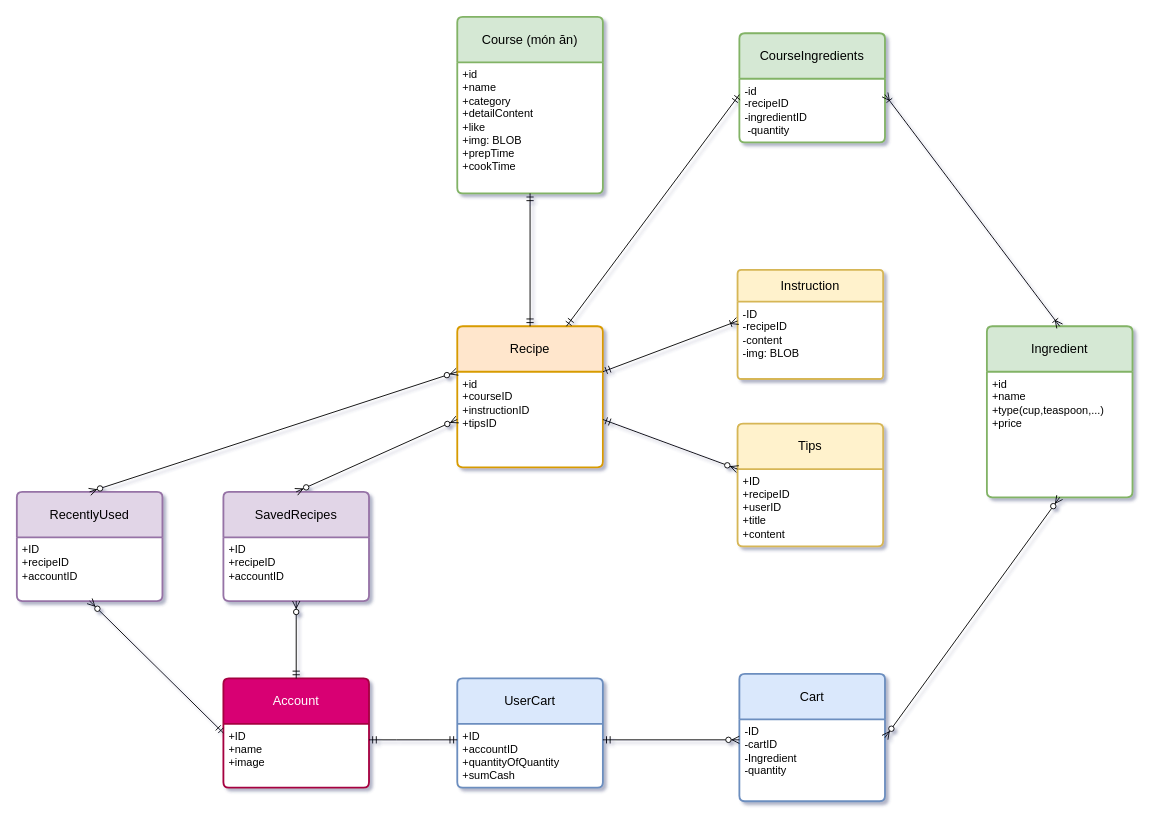
This is Untitled Diagram.drawio from HoKhanhDang/CookingApp, a draw.io file, before an edit. Source tidied: cells renumbered, new cells numbered last; positions are measured from the earlier drawing's top-left corner, leaving out a move shared by most shapes. Both pictures are drawn from the tidied source at 91%, with x=0, y=0 at pixel (16, 16).
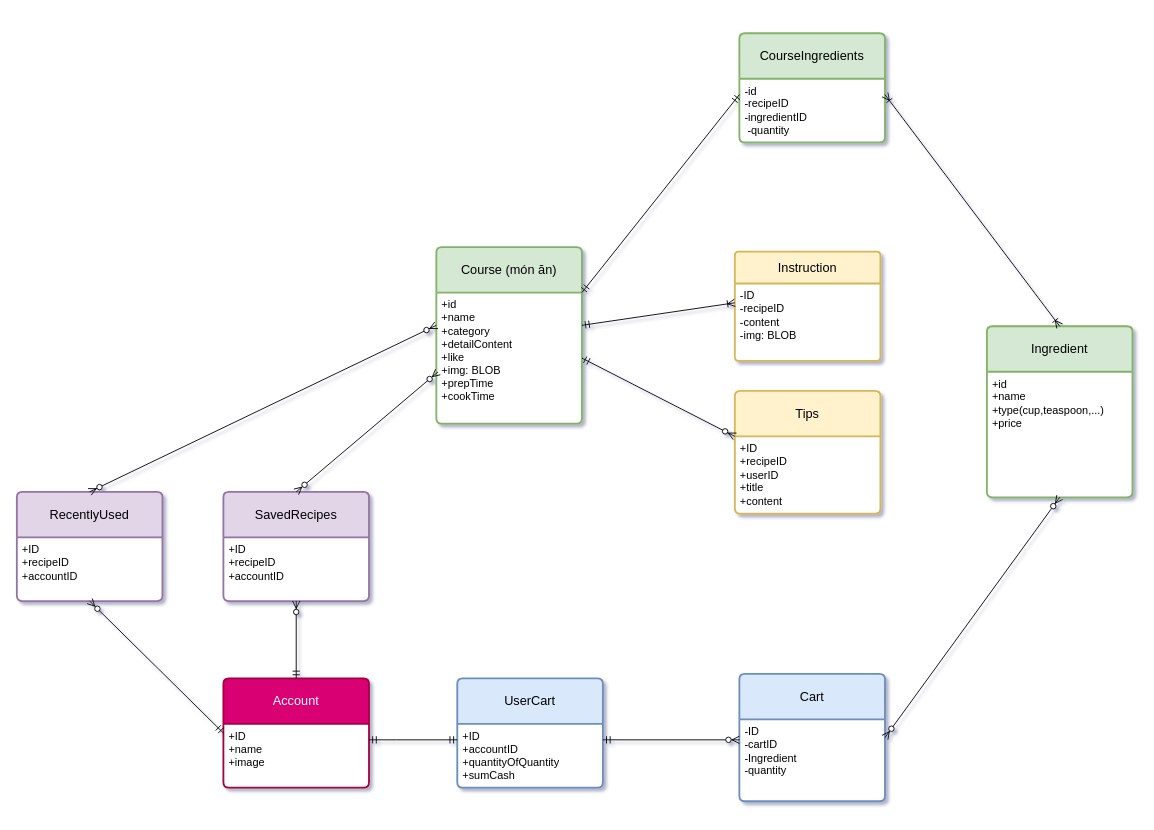
Above is the later version.

Unchanged cells that the change refers to:
```xml
<mxCell id="7" value="+id&lt;div&gt;+name&lt;br&gt;&lt;div&gt;+category&lt;/div&gt;&lt;div&gt;&lt;div&gt;+detailContent&lt;/div&gt;&lt;div&gt;+like&lt;/div&gt;&lt;div&gt;+img: BLOB&lt;/div&gt;&lt;/div&gt;&lt;/div&gt;&lt;div&gt;&lt;div&gt;+prepTime&lt;/div&gt;&lt;div&gt;+cookTime&lt;/div&gt;&lt;/div&gt;" style="align=left;strokeColor=none;fillColor=none;spacingLeft=4;fontSize=12;verticalAlign=top;html=1;" parent="6" vertex="1">
  <mxGeometry y="50" width="160" height="144" as="geometry" />
</mxCell>
<mxCell id="9" value="-ID&amp;nbsp;&amp;nbsp;&lt;div&gt;-recipeID&lt;/div&gt;&lt;div&gt;-content&lt;/div&gt;&lt;div&gt;-img: BLOB&lt;/div&gt;&lt;div&gt;&lt;br&gt;&lt;/div&gt;" style="align=left;strokeColor=none;fillColor=none;spacingLeft=4;fontSize=12;verticalAlign=top;html=1;" parent="8" vertex="1">
  <mxGeometry y="35" width="160" height="85" as="geometry" />
</mxCell>
<mxCell id="11" value="+ID&lt;div&gt;+recipeID&lt;/div&gt;&lt;div&gt;&lt;div&gt;+userID&lt;/div&gt;&lt;div&gt;+title&lt;/div&gt;&lt;div&gt;+content&lt;/div&gt;&lt;div&gt;&amp;nbsp;&lt;/div&gt;&lt;/div&gt;" style="align=left;strokeColor=none;fillColor=none;spacingLeft=4;fontSize=12;verticalAlign=top;html=1;" parent="10" vertex="1">
  <mxGeometry y="50" width="160" height="85" as="geometry" />
</mxCell>
<mxCell id="13" value="&lt;div&gt;-id&lt;/div&gt;-recipeID&lt;div&gt;&lt;span style=&quot;background-color: initial;&quot;&gt;-ingredientID&lt;/span&gt;&lt;/div&gt;&lt;div&gt;&lt;span style=&quot;background-color: initial;&quot;&gt;&amp;nbsp;-quantity&lt;/span&gt;&lt;/div&gt;" style="align=left;strokeColor=none;fillColor=none;spacingLeft=4;fontSize=12;verticalAlign=top;html=1;" parent="12" vertex="1">
  <mxGeometry y="50" width="160" height="70" as="geometry" />
</mxCell>
<mxCell id="16" value="RecentlyUsed" style="swimlane;horizontal=1;startSize=50;rounded=1;fontSize=14;fontStyle=0;strokeWidth=2;shadow=0;dashed=0;align=center;arcSize=4;whiteSpace=wrap;html=1;swimlaneFillColor=default;fillColor=#e1d5e7;strokeColor=#9673a6;" parent="1" vertex="1">
  <mxGeometry y="522" width="160" height="120" as="geometry" />
</mxCell>
<mxCell id="23" value="SavedRecipes" style="swimlane;horizontal=1;startSize=50;rounded=1;fontSize=14;fontStyle=0;strokeWidth=2;shadow=0;dashed=0;align=center;arcSize=4;whiteSpace=wrap;html=1;swimlaneFillColor=default;fillColor=#e1d5e7;strokeColor=#9673a6;" parent="1" vertex="1">
  <mxGeometry x="227" y="522" width="160" height="120" as="geometry" />
</mxCell>
```

Diff of the diagram source:
```diff
@@
-    <mxCell id="2" value="Recipe" style="swimlane;horizontal=1;startSize=50;rounded=1;fontSize=14;fontStyle=0;strokeWidth=2;shadow=0;dashed=0;align=center;arcSize=4;whiteSpace=wrap;html=1;fillColor=#ffe6cc;swimlaneFillColor=default;strokeColor=#d79b00;" parent="1" vertex="1">
-      <mxGeometry x="484" y="340" width="160" height="155" as="geometry" />
-    </mxCell>
-    <mxCell id="3" value="+id&lt;div&gt;+courseID&lt;/div&gt;&lt;div&gt;+instructionID&lt;/div&gt;&lt;div&gt;+tipsID&lt;/div&gt;&lt;div&gt;&lt;br&gt;&lt;/div&gt;" style="align=left;strokeColor=none;fillColor=none;spacingLeft=4;fontSize=12;verticalAlign=top;html=1;" parent="2" vertex="1">
-      <mxGeometry y="50" width="160" height="105" as="geometry" />
-    </mxCell>
@@
     <mxCell id="6" value="Course (món ăn)" style="swimlane;horizontal=1;startSize=50;rounded=1;fontSize=14;fontStyle=0;strokeWidth=2;shadow=0;dashed=0;align=center;arcSize=4;whiteSpace=wrap;html=1;swimlaneFillColor=default;fillColor=#d5e8d4;strokeColor=#82b366;" parent="1" vertex="1">
-      <mxGeometry x="484" width="160" height="194" as="geometry" />
+      <mxGeometry x="461" y="253" width="160" height="194" as="geometry" />
     </mxCell>
@@
     <mxCell id="8" value="Instruction" style="swimlane;horizontal=1;startSize=35;rounded=1;fontSize=14;fontStyle=0;strokeWidth=2;shadow=0;dashed=0;align=center;arcSize=4;whiteSpace=wrap;html=1;swimlaneFillColor=default;fillColor=#fff2cc;strokeColor=#d6b656;" parent="1" vertex="1">
-      <mxGeometry x="792" y="278" width="160" height="120" as="geometry" />
+      <mxGeometry x="789" y="258" width="160" height="120" as="geometry" />
     </mxCell>
@@
     <mxCell id="10" value="Tips" style="swimlane;horizontal=1;startSize=50;rounded=1;fontSize=14;fontStyle=0;strokeWidth=2;shadow=0;dashed=0;align=center;arcSize=4;whiteSpace=wrap;html=1;swimlaneFillColor=default;fillColor=#fff2cc;strokeColor=#d6b656;" parent="1" vertex="1">
-      <mxGeometry x="792" y="447" width="160" height="135" as="geometry" />
+      <mxGeometry x="789" y="411" width="160" height="135" as="geometry" />
     </mxCell>
@@
-    <mxCell id="26" style="fontSize=12;html=1;endArrow=ERmandOne;startArrow=ERmandOne;rounded=0;entryX=0;entryY=0.25;entryDx=0;entryDy=0;exitX=0.75;exitY=0;exitDx=0;exitDy=0;" parent="1" edge="1" source="2" target="13">
+    <mxCell id="26" style="fontSize=12;html=1;endArrow=ERmandOne;startArrow=ERmandOne;rounded=0;entryX=0;entryY=0.25;entryDx=0;entryDy=0;exitX=1;exitY=0;exitDx=0;exitDy=0;" parent="1" edge="1" source="7" target="13">
       <mxGeometry relative="1" as="geometry" />
     </mxCell>
-    <mxCell id="27" style="fontSize=12;html=1;endArrow=ERmandOne;startArrow=ERoneToMany;rounded=0;entryX=1;entryY=0;entryDx=0;entryDy=0;exitX=0;exitY=0.25;exitDx=0;exitDy=0;endFill=0;startFill=0;" parent="1" edge="1" source="9" target="3">
+    <mxCell id="27" style="fontSize=12;html=1;endArrow=ERmandOne;startArrow=ERoneToMany;rounded=0;entryX=1;entryY=0.25;entryDx=0;entryDy=0;exitX=0;exitY=0.25;exitDx=0;exitDy=0;endFill=0;startFill=0;" parent="1" edge="1" source="9" target="7">
       <mxGeometry relative="1" as="geometry" />
     </mxCell>
-    <mxCell id="28" style="fontSize=12;html=1;endArrow=ERmandOne;startArrow=ERmandOne;rounded=0;entryX=0.5;entryY=1;entryDx=0;entryDy=0;exitX=0.5;exitY=0;exitDx=0;exitDy=0;" parent="1" edge="1" source="2" target="7">
-      <mxGeometry relative="1" as="geometry" />
-    </mxCell>
-    <mxCell id="29" style="fontSize=12;html=1;endArrow=ERzeroToMany;startArrow=ERmandOne;rounded=0;entryX=0;entryY=0;entryDx=0;entryDy=0;exitX=1;exitY=0.5;exitDx=0;exitDy=0;" parent="1" edge="1" source="3" target="11">
+    <mxCell id="29" style="fontSize=12;html=1;endArrow=ERzeroToMany;startArrow=ERmandOne;rounded=0;entryX=0;entryY=0;entryDx=0;entryDy=0;exitX=1;exitY=0.5;exitDx=0;exitDy=0;" parent="1" edge="1" source="7" target="11">
       <mxGeometry relative="1" as="geometry" />
     </mxCell>
@@
-    <mxCell id="33" style="fontSize=12;html=1;endArrow=ERzeroToMany;endFill=1;startArrow=ERzeroToMany;rounded=0;exitX=0.5;exitY=0;exitDx=0;exitDy=0;entryX=0;entryY=0.5;entryDx=0;entryDy=0;" parent="1" edge="1" source="23" target="3">
+    <mxCell id="33" style="fontSize=12;html=1;endArrow=ERzeroToMany;endFill=1;startArrow=ERzeroToMany;rounded=0;exitX=0.5;exitY=0;exitDx=0;exitDy=0;entryX=0.011;entryY=0.606;entryDx=0;entryDy=0;entryPerimeter=0;" parent="1" edge="1" source="23" target="7">
       <mxGeometry relative="1" as="geometry" />
     </mxCell>
-    <mxCell id="34" style="fontSize=12;html=1;endArrow=ERzeroToMany;endFill=1;startArrow=ERzeroToMany;rounded=0;exitX=0.5;exitY=0;exitDx=0;exitDy=0;entryX=0;entryY=0;entryDx=0;entryDy=0;" parent="1" edge="1" source="16" target="3">
+    <mxCell id="34" style="fontSize=12;html=1;endArrow=ERzeroToMany;endFill=1;startArrow=ERzeroToMany;rounded=0;exitX=0.5;exitY=0;exitDx=0;exitDy=0;entryX=0;entryY=0.25;entryDx=0;entryDy=0;" parent="1" edge="1" source="16" target="7">
       <mxGeometry relative="1" as="geometry" />
     </mxCell>
```
